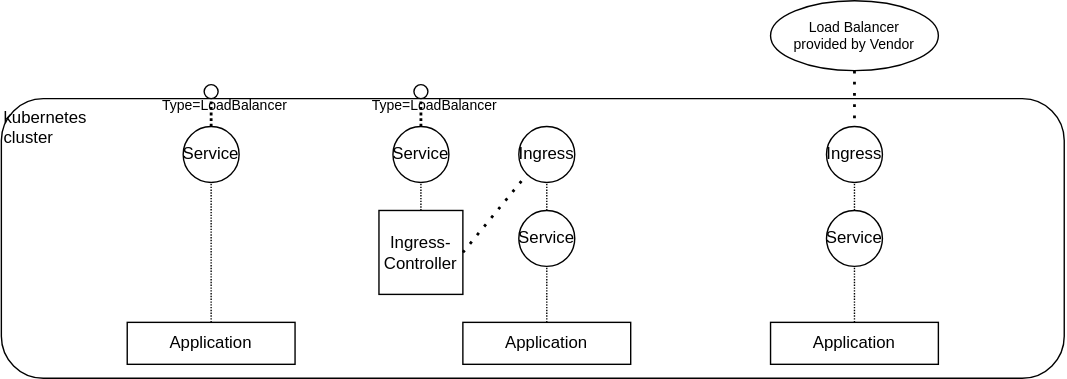
Before: img/k8s-lb-1.svg, a diagram exported from draw.io (anabaral/azure-etude). Source tidied: cells renumbered, new cells last; positions are measured from the earlier drawing's top-left corner, leaving out a move shared by most shapes.
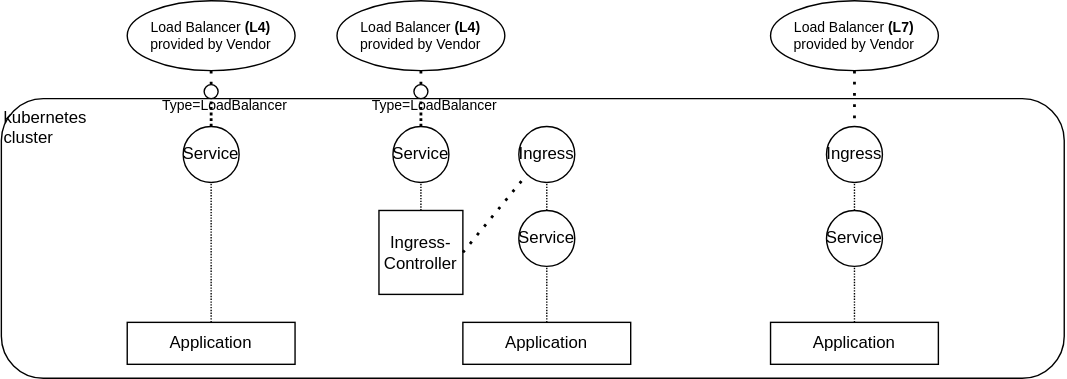
After the change.

The edit, as a diff of the source:
```diff
@@ -77,8 +77,20 @@
     <mxCell id="26" style="endArrow=none;dashed=1;html=1;dashPattern=1 3;strokeWidth=2;fontSize=10;exitX=0.5;exitY=1;exitDx=0;exitDy=0;entryX=0.5;entryY=0;entryDx=0;entryDy=0;" parent="1" edge="1" source="27" target="21">
       <mxGeometry relative="1" as="geometry" />
     </mxCell>
-    <mxCell id="27" value="Load Balancer&lt;br&gt;provided by Vendor" style="ellipse;whiteSpace=wrap;html=1;fontSize=10;" parent="1" vertex="1">
+    <mxCell id="27" value="Load Balancer &lt;b&gt;(L7)&lt;/b&gt;&lt;br&gt;provided by Vendor" style="ellipse;whiteSpace=wrap;html=1;fontSize=10;" parent="1" vertex="1">
       <mxGeometry x="550" width="120" height="50" as="geometry" />
     </mxCell>
+    <mxCell id="28" value="Load Balancer &lt;b&gt;(L4)&lt;/b&gt;&lt;br&gt;provided by Vendor" style="ellipse;whiteSpace=wrap;html=1;fontSize=10;" parent="1" vertex="1">
+      <mxGeometry x="90" width="120" height="50" as="geometry" />
+    </mxCell>
+    <mxCell id="29" value="Load Balancer &lt;b&gt;(L4)&lt;/b&gt;&lt;br&gt;provided by Vendor" style="ellipse;whiteSpace=wrap;html=1;fontSize=10;" parent="1" vertex="1">
+      <mxGeometry x="240" width="120" height="50" as="geometry" />
+    </mxCell>
+    <mxCell id="30" style="endArrow=none;dashed=1;html=1;dashPattern=1 3;strokeWidth=2;fontSize=10;exitX=0.5;exitY=1;exitDx=0;exitDy=0;entryX=0.5;entryY=0;entryDx=0;entryDy=0;" parent="1" edge="1" source="29" target="10">
+      <mxGeometry relative="1" as="geometry" />
+    </mxCell>
+    <mxCell id="31" style="endArrow=none;dashed=1;html=1;dashPattern=1 3;strokeWidth=2;fontSize=10;exitX=0.5;exitY=1;exitDx=0;exitDy=0;entryX=0.5;entryY=0;entryDx=0;entryDy=0;" parent="1" edge="1" source="28" target="4">
+      <mxGeometry relative="1" as="geometry" />
+    </mxCell>
   </root>
 </mxGraphModel>
```
